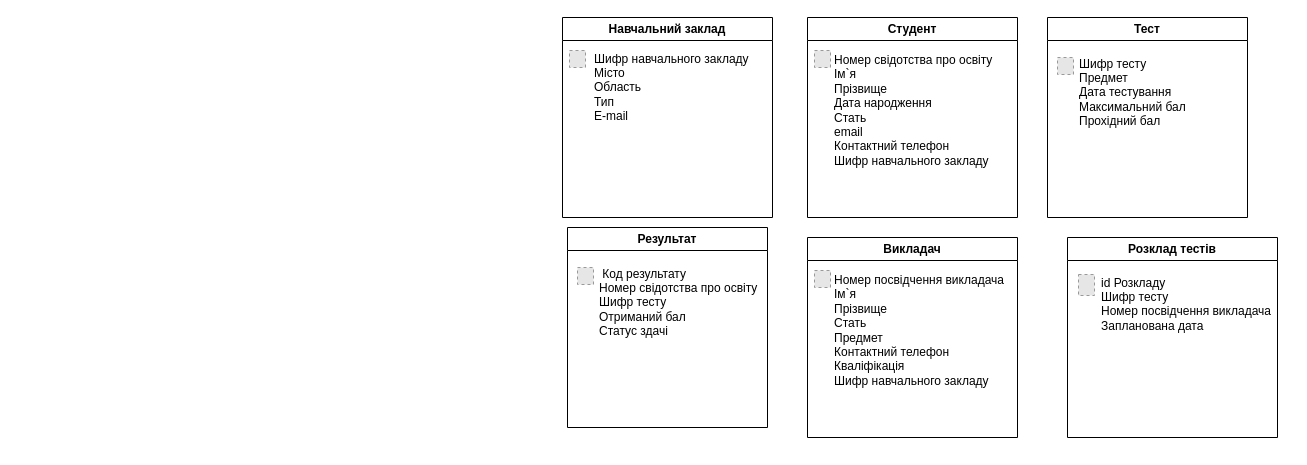
Earlier version of the draw.io diagram page "Інформаційні об`єкти" (1 of 2) of Database cheme.drawio (hucketa/CP). Source tidied: cells renumbered, new cells numbered last; positions are measured from the earlier drawing's top-left corner, leaving out a move shared by most shapes. Both pictures are drawn from the tidied source at 100%, with x=0, y=0 at pixel (562, 17). Pictures stored in the file or linked from it are replaced by grey dashed boxes.
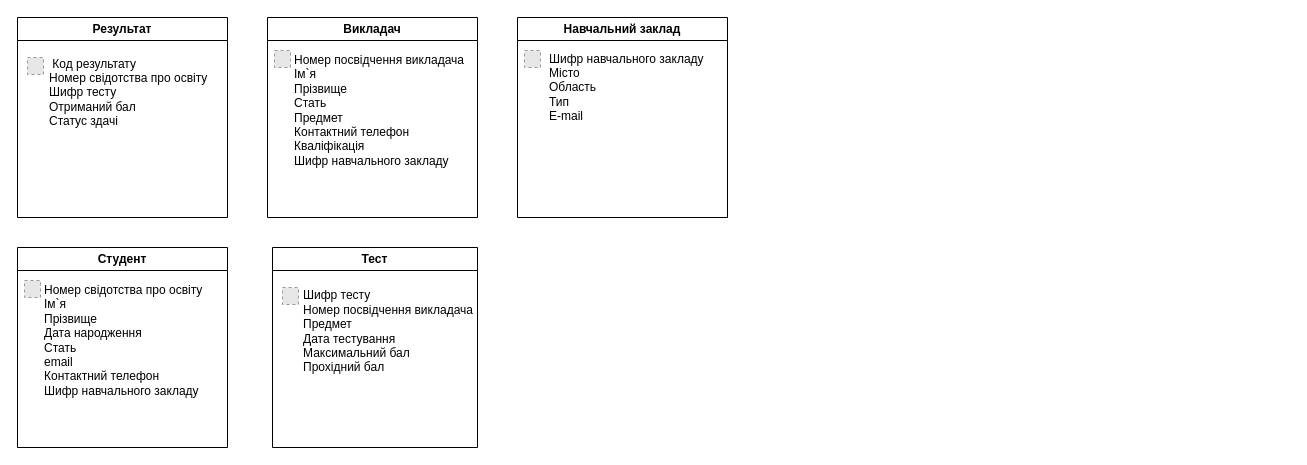
After the change.

The edit, as a diff of the source:
```diff
@@
 <mxGraphModel>
   <root>
     <mxCell id="0" />
     <mxCell id="1" parent="0" />
     <mxCell id="2" value="Студент" style="swimlane;whiteSpace=wrap;html=1;" parent="1" vertex="1">
-      <mxGeometry x="245" width="210" height="200" as="geometry" />
+      <mxGeometry x="-545" y="230" width="210" height="200" as="geometry" />
     </mxCell>
     <mxCell id="3" value="Номер свідотства про освіту&lt;div&gt;Ім`я&lt;/div&gt;&lt;div&gt;Прізвище&lt;/div&gt;&lt;div&gt;Дата народження&lt;/div&gt;&lt;div&gt;Стать&lt;/div&gt;&lt;div&gt;email&lt;/div&gt;&lt;div&gt;Контактний телефон&lt;/div&gt;&lt;div&gt;Шифр навчального закладу&lt;br&gt;&lt;/div&gt;" style="text;html=1;align=left;verticalAlign=middle;strokeColor=none;fillColor=none;" parent="2" vertex="1">
       <mxGeometry x="25" y="28" width="180" height="130" as="geometry" />
     </mxCell>
     <mxCell id="4" style="fillColor=#E6E6E6;strokeColor=#999999;dashed=1;verticalLabelPosition=bottom;labelBackgroundColor=default;verticalAlign=top;" parent="2" vertex="1">
       <mxGeometry x="7" y="33" width="16" height="17" as="geometry" />
     </mxCell>
     <mxCell id="5" value="Тест" style="swimlane;whiteSpace=wrap;html=1;" parent="1" vertex="1">
-      <mxGeometry x="485" width="200" height="200" as="geometry" />
+      <mxGeometry x="-290" y="230" width="205" height="200" as="geometry" />
     </mxCell>
     <mxCell id="6" style="fillColor=#E6E6E6;strokeColor=#999999;dashed=1;verticalLabelPosition=bottom;labelBackgroundColor=default;verticalAlign=top;" parent="5" vertex="1">
       <mxGeometry x="10" y="40" width="16" height="17" as="geometry" />
     </mxCell>
-    <mxCell id="7" value="Шифр тесту&lt;div&gt;Предмет&lt;/div&gt;&lt;div&gt;Дата тестування&lt;/div&gt;&lt;div&gt;Максимальний бал&lt;/div&gt;&lt;div&gt;Прохідний бал&lt;/div&gt;" style="text;html=1;align=left;verticalAlign=middle;whiteSpace=wrap;rounded=0;" parent="5" vertex="1">
-      <mxGeometry x="30" y="10" width="140" height="130" as="geometry" />
+    <mxCell id="7" value="Шифр тесту&lt;div&gt;&lt;span style=&quot;text-wrap: nowrap;&quot;&gt;Номер посвідчення викладача&lt;/span&gt;&lt;/div&gt;&lt;div&gt;&lt;div&gt;Предмет&lt;/div&gt;&lt;div&gt;Дата тестування&lt;/div&gt;&lt;div&gt;Максимальний бал&lt;/div&gt;&lt;div&gt;Прохідний бал&lt;/div&gt;&lt;/div&gt;" style="text;html=1;align=left;verticalAlign=middle;whiteSpace=wrap;rounded=0;" parent="5" vertex="1">
+      <mxGeometry x="29" y="19" width="140" height="130" as="geometry" />
     </mxCell>
     <mxCell id="8" value="Результат" style="swimlane;whiteSpace=wrap;html=1;startSize=23;" parent="1" vertex="1">
-      <mxGeometry x="5" y="210" width="200" height="200" as="geometry" />
+      <mxGeometry x="-545" width="210" height="200" as="geometry" />
     </mxCell>
     <mxCell id="9" style="fillColor=#E6E6E6;strokeColor=#999999;dashed=1;verticalLabelPosition=bottom;labelBackgroundColor=default;verticalAlign=top;" parent="8" vertex="1">
       <mxGeometry x="10" y="40" width="16" height="17" as="geometry" />
     </mxCell>
     <mxCell id="10" value="&amp;nbsp;Код результату&lt;div&gt;&lt;span style=&quot;text-wrap: nowrap;&quot;&gt;Номер свідотства про освіту&lt;/span&gt;&lt;br&gt;&lt;div&gt;Шифр тесту&lt;br&gt;&lt;/div&gt;&lt;div&gt;Отриманий бал&lt;/div&gt;&lt;div&gt;Статус здачі&lt;/div&gt;&lt;/div&gt;" style="text;html=1;align=left;verticalAlign=middle;whiteSpace=wrap;rounded=0;" parent="8" vertex="1">
       <mxGeometry x="30" y="10" width="140" height="130" as="geometry" />
     </mxCell>
     <mxCell id="11" value="Викладач" style="swimlane;whiteSpace=wrap;html=1;startSize=23;" parent="1" vertex="1">
-      <mxGeometry x="245" y="220" width="210" height="200" as="geometry" />
+      <mxGeometry x="-295" width="210" height="200" as="geometry" />
     </mxCell>
     <mxCell id="12" value="Номер посвідчення викладача&lt;div&gt;Ім`я&lt;/div&gt;&lt;div&gt;Прізвище&lt;/div&gt;&lt;div&gt;Стать&lt;/div&gt;&lt;div&gt;Предмет&lt;/div&gt;&lt;div&gt;Контактний телефон&lt;/div&gt;&lt;div&gt;Кваліфікація&lt;/div&gt;&lt;div&gt;Шифр навчального закладу&lt;br&gt;&lt;/div&gt;" style="text;html=1;align=left;verticalAlign=middle;strokeColor=none;fillColor=none;" parent="11" vertex="1">
       <mxGeometry x="25" y="28" width="190" height="130" as="geometry" />
     </mxCell>
     <mxCell id="13" style="fillColor=#E6E6E6;strokeColor=#999999;dashed=1;verticalLabelPosition=bottom;labelBackgroundColor=default;verticalAlign=top;" parent="11" vertex="1">
       <mxGeometry x="7" y="33" width="16" height="17" as="geometry" />
     </mxCell>
-    <mxCell id="14" value="Розклад тестів" style="swimlane;whiteSpace=wrap;html=1;startSize=23;" parent="1" vertex="1">
-      <mxGeometry x="505" y="220" width="210" height="200" as="geometry" />
-    </mxCell>
-    <mxCell id="15" value="id Розкладу&lt;br&gt;&lt;div&gt;&lt;span style=&quot;text-wrap: wrap; background-color: initial;&quot;&gt;Шифр тесту&lt;/span&gt;&lt;/div&gt;&lt;div&gt;Номер посвідчення викладача&lt;/div&gt;&lt;div&gt;Запланована дата&lt;/div&gt;&lt;div&gt;&lt;br&gt;&lt;/div&gt;" style="text;html=1;align=left;verticalAlign=middle;strokeColor=none;fillColor=none;" parent="14" vertex="1">
-      <mxGeometry x="32" y="29" width="190" height="90" as="geometry" />
-    </mxCell>
-    <mxCell id="16" style="fillColor=#E6E6E6;strokeColor=#999999;dashed=1;verticalLabelPosition=bottom;labelBackgroundColor=default;verticalAlign=top;" parent="14" vertex="1">
-      <mxGeometry x="11" y="37" width="16" height="21" as="geometry" />
-    </mxCell>
     <mxCell id="17" value="Навчальний заклад" style="swimlane;whiteSpace=wrap;html=1;" parent="1" vertex="1">
-      <mxGeometry width="210" height="200" as="geometry" />
+      <mxGeometry x="-45" width="210" height="200" as="geometry" />
     </mxCell>
     <mxCell id="18" value="&lt;div&gt;Шифр навчального закладу&lt;/div&gt;&lt;div&gt;Місто&lt;/div&gt;&lt;div&gt;Область&lt;/div&gt;&lt;div&gt;Тип&lt;/div&gt;&lt;div&gt;E-mail&lt;/div&gt;" style="text;html=1;align=left;verticalAlign=middle;strokeColor=none;fillColor=none;" parent="17" vertex="1">
       <mxGeometry x="30" y="25" width="180" height="90" as="geometry" />
     </mxCell>
     <mxCell id="19" style="fillColor=#E6E6E6;strokeColor=#999999;dashed=1;verticalLabelPosition=bottom;labelBackgroundColor=default;verticalAlign=top;" parent="17" vertex="1">
       <mxGeometry x="7" y="33" width="16" height="17" as="geometry" />
     </mxCell>
   </root>
 </mxGraphModel>
```
